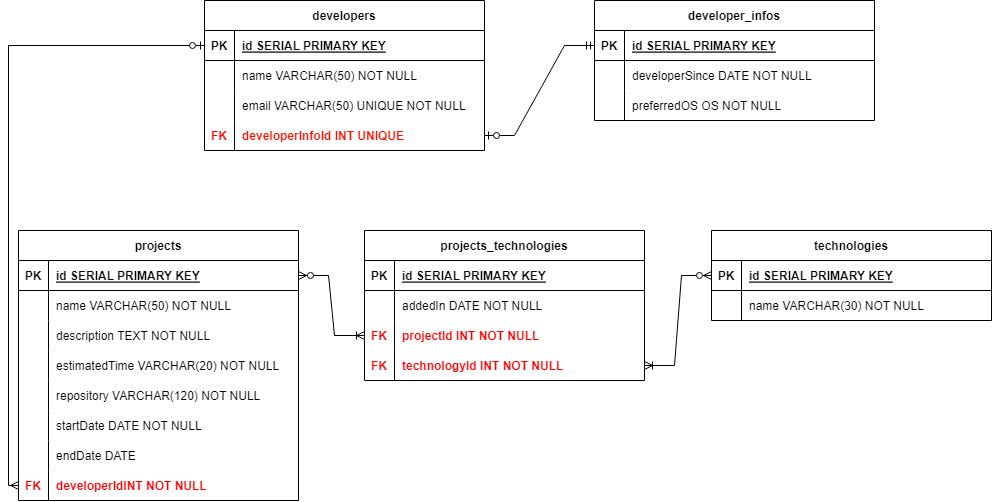
Earlier version of the draw.io export Fluxograma.png (matheuscdd/devsclaus). Source tidied: cells renumbered, new cells last; positions are measured from the earlier drawing's top-left corner, leaving out a move shared by most shapes.
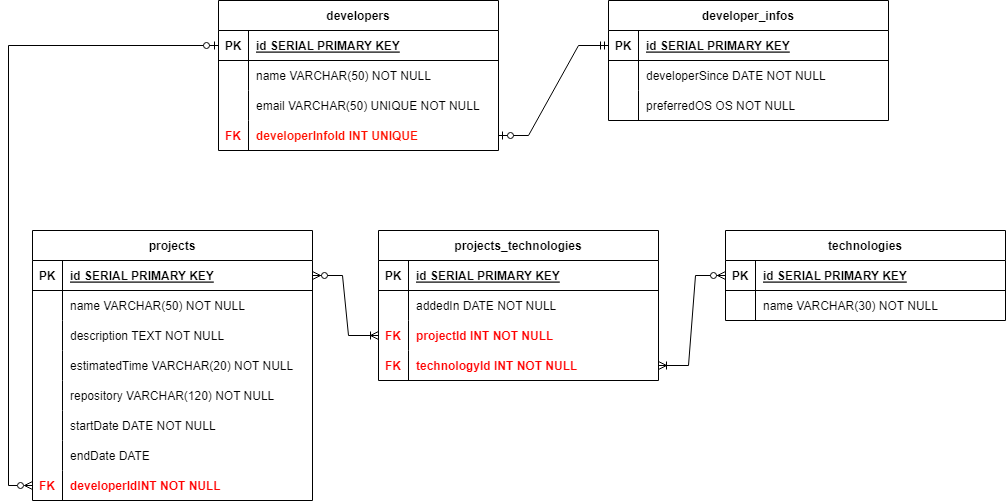
After the commit.

Commit message:
feat: resolving diagram

The edit, as a diff of the source:
```diff
@@ -209,8 +209,13 @@
     <mxCell id="70" style="edgeStyle=entityRelationEdgeStyle;fontSize=12;html=1;endArrow=ERzeroToOne;startArrow=ERmandOne;rounded=0;fontColor=#FF0000;" parent="1" edge="1" source="3" target="22">
       <mxGeometry relative="1" as="geometry" />
     </mxCell>
-    <mxCell id="71" style="edgeStyle=orthogonalEdgeStyle;fontSize=12;html=1;endArrow=ERzeroToOne;startArrow=ERmany;rounded=0;fontColor=#FF0000;exitX=0;exitY=0.5;exitDx=0;exitDy=0;startFill=0;" parent="1" edge="1" source="47" target="13">
-      <mxGeometry relative="1" as="geometry" />
+    <mxCell id="71" style="edgeStyle=orthogonalEdgeStyle;fontSize=12;html=1;endArrow=ERzeroToOne;startArrow=ERzeroToMany;rounded=0;fontColor=#FF0000;exitX=0;exitY=0.5;exitDx=0;exitDy=0;startFill=0;" parent="1" edge="1" source="47" target="13">
+      <mxGeometry relative="1" as="geometry">
+        <Array as="points">
+          <mxPoint x="-24" y="485" />
+          <mxPoint x="-24" y="45" />
+        </Array>
+      </mxGeometry>
     </mxCell>
     <mxCell id="72" style="edgeStyle=entityRelationEdgeStyle;fontSize=12;html=1;endArrow=ERoneToMany;startArrow=ERzeroToMany;rounded=0;fontColor=#FF0000;exitX=1;exitY=0.5;exitDx=0;exitDy=0;entryX=0;entryY=0.5;entryDx=0;entryDy=0;" parent="1" edge="1" source="26" target="64">
       <mxGeometry relative="1" as="geometry" />
```
